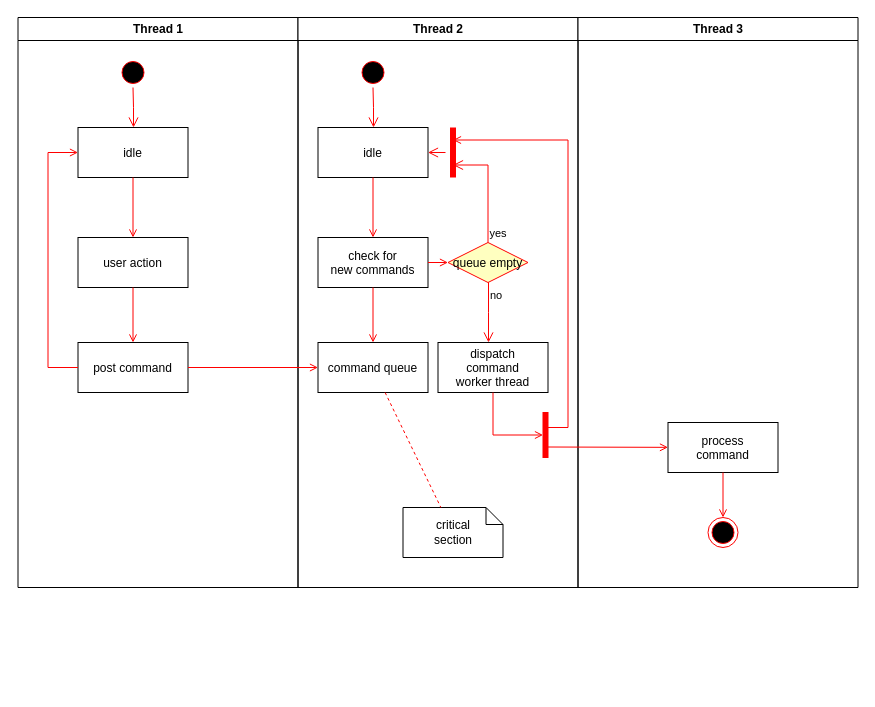
This is Untitled Diagram.drawio from ashen007/Identify-Diseases-in-Crops-leaf, a draw.io file, before an edit. Source tidied: cells renumbered, new cells numbered last; positions are measured from the earlier drawing's top-left corner, leaving out a move shared by most shapes. Both pictures are drawn from the tidied source at 100%, with x=0, y=0 at pixel (17, 17).
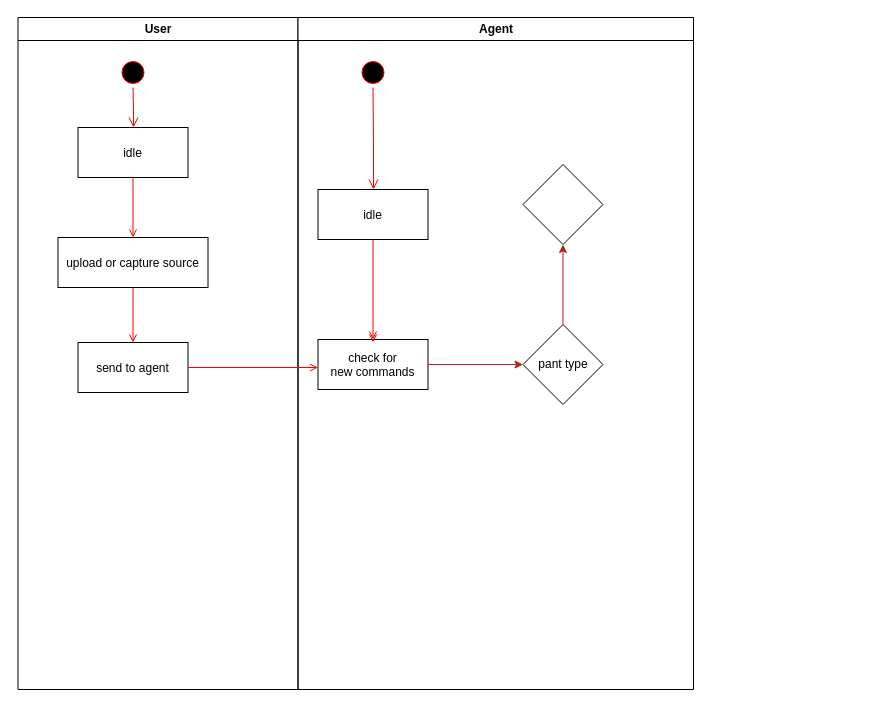
The same diagram, later.

The change refers to these unchanged cells:
```xml
<mxCell id="5" value="idle" parent="2" vertex="1">
  <mxGeometry x="60" y="110" width="110" height="50" as="geometry" />
</mxCell>
```

The edit, as a diff of the source:
```diff
@@
-    <mxCell id="2" value="Thread 1" style="swimlane;whiteSpace=wrap;" parent="1" vertex="1">
-      <mxGeometry x="0.5" width="280" height="570" as="geometry" />
+    <mxCell id="2" value="User" style="swimlane;whiteSpace=wrap;" parent="1" vertex="1">
+      <mxGeometry x="0.5" width="280" height="672" as="geometry" />
     </mxCell>
@@
-    <mxCell id="6" value="user action" parent="2" vertex="1">
-      <mxGeometry x="60" y="220" width="110" height="50" as="geometry" />
+    <mxCell id="6" value="upload or capture source" parent="2" vertex="1">
+      <mxGeometry x="40" y="220" width="150" height="50" as="geometry" />
     </mxCell>
@@
-    <mxCell id="8" value="post command" parent="2" vertex="1">
+    <mxCell id="8" value="send to agent" parent="2" vertex="1">
       <mxGeometry x="60" y="325" width="110" height="50" as="geometry" />
     </mxCell>
@@
-    <mxCell id="10" style="edgeStyle=elbowEdgeStyle;elbow=horizontal;strokeColor=#FF0000;endArrow=open;endFill=1;rounded=0;" parent="2" edge="1" source="8" target="5">
-      <mxGeometry relative="1" as="geometry">
-        <Array as="points">
-          <mxPoint x="30" y="250" />
-        </Array>
-      </mxGeometry>
-    </mxCell>
-    <mxCell id="11" value="Thread 2" style="swimlane;whiteSpace=wrap;" parent="1" vertex="1">
-      <mxGeometry x="280.5" width="280" height="570" as="geometry" />
+    <mxCell id="11" value="Agent" style="swimlane;whiteSpace=wrap;" parent="1" vertex="1">
+      <mxGeometry x="280.5" width="395.5" height="672" as="geometry" />
     </mxCell>
@@
     <mxCell id="14" value="idle" parent="11" vertex="1">
-      <mxGeometry x="20" y="110" width="110" height="50" as="geometry" />
+      <mxGeometry x="20" y="172" width="110" height="50" as="geometry" />
     </mxCell>
     <mxCell id="15" value="check for &#10;new commands" parent="11" vertex="1">
-      <mxGeometry x="20" y="220" width="110" height="50" as="geometry" />
+      <mxGeometry x="20" y="322" width="110" height="50" as="geometry" />
     </mxCell>
@@
-    <mxCell id="17" value="command queue" parent="11" vertex="1">
-      <mxGeometry x="20" y="325" width="110" height="50" as="geometry" />
-    </mxCell>
-    <mxCell id="18" style="endArrow=open;strokeColor=#FF0000;endFill=1;rounded=0;" parent="11" edge="1" source="15" target="17">
-      <mxGeometry relative="1" as="geometry" />
+    <mxCell id="18" style="endArrow=open;strokeColor=#FF0000;endFill=1;rounded=0;" parent="11" edge="1" source="15">
+      <mxGeometry relative="1" as="geometry">
+        <mxPoint x="75" y="325" as="targetPoint" />
+      </mxGeometry>
     </mxCell>
-    <mxCell id="19" value="queue empty" style="rhombus;fillColor=#ffffc0;strokeColor=#ff0000;" parent="11" vertex="1">
-      <mxGeometry x="150" y="225" width="80" height="40" as="geometry" />
-    </mxCell>
-    <mxCell id="20" value="yes" style="edgeStyle=elbowEdgeStyle;elbow=horizontal;align=left;verticalAlign=bottom;endArrow=open;endSize=8;strokeColor=#FF0000;exitX=0.5;exitY=0;endFill=1;rounded=0;entryX=0.75;entryY=0.5;entryPerimeter=0;" parent="11" edge="1" source="19" target="23">
-      <mxGeometry x="-1" relative="1" as="geometry">
-        <Array as="points">
-          <mxPoint x="190" y="180" />
-        </Array>
-      </mxGeometry>
-    </mxCell>
-    <mxCell id="21" value="no" style="edgeStyle=elbowEdgeStyle;elbow=horizontal;align=left;verticalAlign=top;endArrow=open;endSize=8;strokeColor=#FF0000;endFill=1;rounded=0;" parent="11" edge="1" source="19" target="25">
-      <mxGeometry x="-1" relative="1" as="geometry" />
-    </mxCell>
-    <mxCell id="22" style="endArrow=open;strokeColor=#FF0000;endFill=1;rounded=0;" parent="11" edge="1" source="15" target="19">
-      <mxGeometry relative="1" as="geometry" />
-    </mxCell>
-    <mxCell id="23" style="shape=line;strokeWidth=6;strokeColor=#ff0000;rotation=90;" parent="11" vertex="1">
-      <mxGeometry x="130" y="127.5" width="50" height="15" as="geometry" />
-    </mxCell>
-    <mxCell id="24" style="edgeStyle=elbowEdgeStyle;elbow=horizontal;verticalAlign=bottom;endArrow=open;endSize=8;strokeColor=#FF0000;endFill=1;rounded=0;" parent="11" edge="1" source="23" target="14">
-      <mxGeometry x="130" y="90" as="geometry" />
-    </mxCell>
-    <mxCell id="25" value="dispatch&#10;command&#10;worker thread" parent="11" vertex="1">
-      <mxGeometry x="140" y="325" width="110" height="50" as="geometry" />
-    </mxCell>
-    <mxCell id="26" value="critical&#10;section" style="shape=note;whiteSpace=wrap;size=17;" parent="11" vertex="1">
-      <mxGeometry x="105" y="490" width="100" height="50" as="geometry" />
-    </mxCell>
-    <mxCell id="27" style="endArrow=none;strokeColor=#FF0000;endFill=0;rounded=0;dashed=1;" parent="11" edge="1" source="17" target="26">
-      <mxGeometry relative="1" as="geometry" />
-    </mxCell>
-    <mxCell id="28" style="whiteSpace=wrap;strokeColor=#FF0000;fillColor=#FF0000;" parent="11" vertex="1">
-      <mxGeometry x="245" y="395" width="5" height="45" as="geometry" />
-    </mxCell>
-    <mxCell id="29" style="edgeStyle=elbowEdgeStyle;elbow=horizontal;entryX=0;entryY=0.5;strokeColor=#FF0000;endArrow=open;endFill=1;rounded=0;" parent="11" edge="1" source="25" target="28">
-      <mxGeometry relative="1" as="geometry">
-        <Array as="points">
-          <mxPoint x="195" y="400" />
-        </Array>
-      </mxGeometry>
-    </mxCell>
-    <mxCell id="30" value="Thread 3" style="swimlane;whiteSpace=wrap;" parent="1" vertex="1">
-      <mxGeometry x="560.5" width="280" height="570" as="geometry" />
-    </mxCell>
-    <mxCell id="31" value="process&#10;command" parent="30" vertex="1">
-      <mxGeometry x="90" y="405" width="110" height="50" as="geometry" />
-    </mxCell>
-    <mxCell id="32" style="edgeStyle=elbowEdgeStyle;elbow=horizontal;strokeColor=#FF0000;endArrow=open;endFill=1;rounded=0;entryX=0.25;entryY=0.5;entryPerimeter=0;" parent="30" edge="1" target="23">
-      <mxGeometry relative="1" as="geometry">
-        <mxPoint x="-30" y="410" as="sourcePoint" />
-        <Array as="points">
-          <mxPoint x="-10" y="135" />
-        </Array>
-      </mxGeometry>
-    </mxCell>
-    <mxCell id="33" style="edgeStyle=none;strokeColor=#FF0000;endArrow=open;endFill=1;rounded=0;" parent="30" edge="1" target="31">
-      <mxGeometry relative="1" as="geometry">
-        <mxPoint x="-30" y="429.5" as="sourcePoint" />
-      </mxGeometry>
-    </mxCell>
-    <mxCell id="34" style="ellipse;shape=endState;fillColor=#000000;strokeColor=#ff0000;" parent="30" vertex="1">
-      <mxGeometry x="130" y="500" width="30" height="30" as="geometry" />
-    </mxCell>
-    <mxCell id="35" style="endArrow=open;strokeColor=#FF0000;endFill=1;rounded=0;" parent="30" edge="1" source="31" target="34">
-      <mxGeometry relative="1" as="geometry" />
-    </mxCell>
-    <mxCell id="36" style="endArrow=open;strokeColor=#FF0000;endFill=1;rounded=0;" parent="1" edge="1" source="8" target="17">
-      <mxGeometry relative="1" as="geometry" />
+    <mxCell id="36" style="endArrow=open;strokeColor=#FF0000;endFill=1;rounded=0;" parent="1" edge="1" source="8">
+      <mxGeometry relative="1" as="geometry">
+        <mxPoint x="300.5" y="350" as="targetPoint" />
+      </mxGeometry>
     </mxCell>
+    <mxCell id="37" style="edgeStyle=orthogonalEdgeStyle;rounded=0;jettySize=auto;html=1;fillColor=#f8cecc;strokeColor=#B81F14;" parent="1" edge="1" source="38" target="40">
+      <mxGeometry relative="1" as="geometry" />
+    </mxCell>
+    <mxCell id="38" value="pant type" style="rhombus;whiteSpace=wrap;html=1;" parent="1" vertex="1">
+      <mxGeometry x="505.5" y="307" width="80" height="80" as="geometry" />
+    </mxCell>
+    <mxCell id="39" style="edgeStyle=orthogonalEdgeStyle;rounded=0;jettySize=auto;html=1;fillColor=#f8cecc;strokeColor=#B8200F;" parent="1" edge="1" source="15" target="38">
+      <mxGeometry relative="1" as="geometry" />
+    </mxCell>
+    <mxCell id="40" style="rhombus;whiteSpace=wrap;html=1;" parent="1" vertex="1">
+      <mxGeometry x="505.5" y="147" width="80" height="80" as="geometry" />
+    </mxCell>
```
